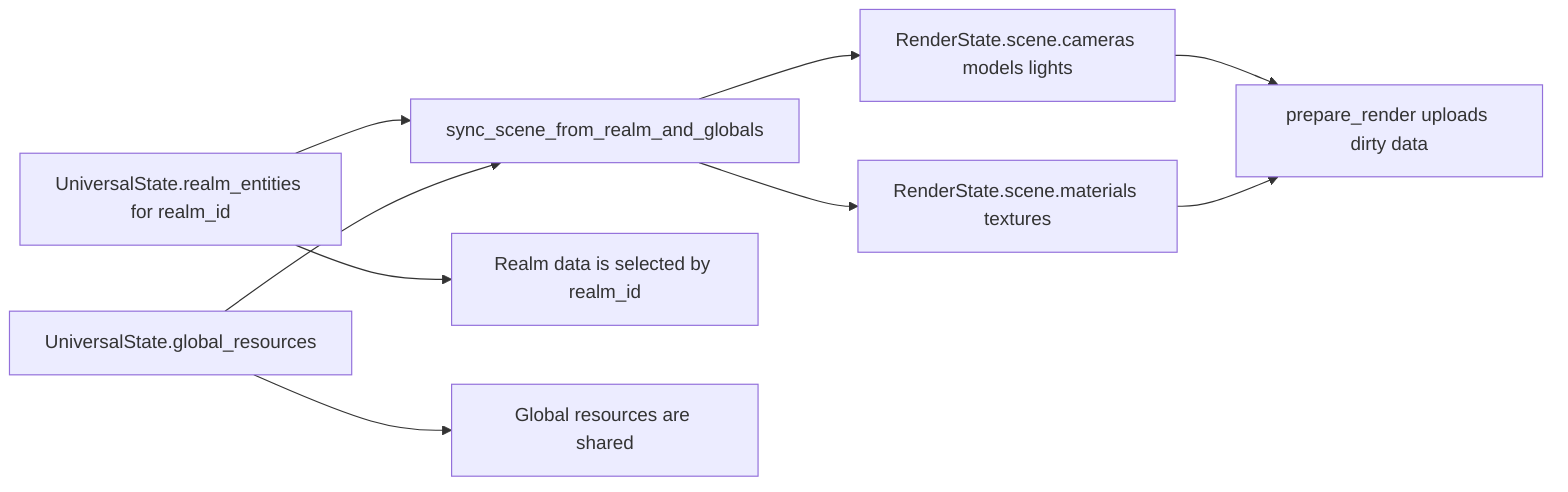
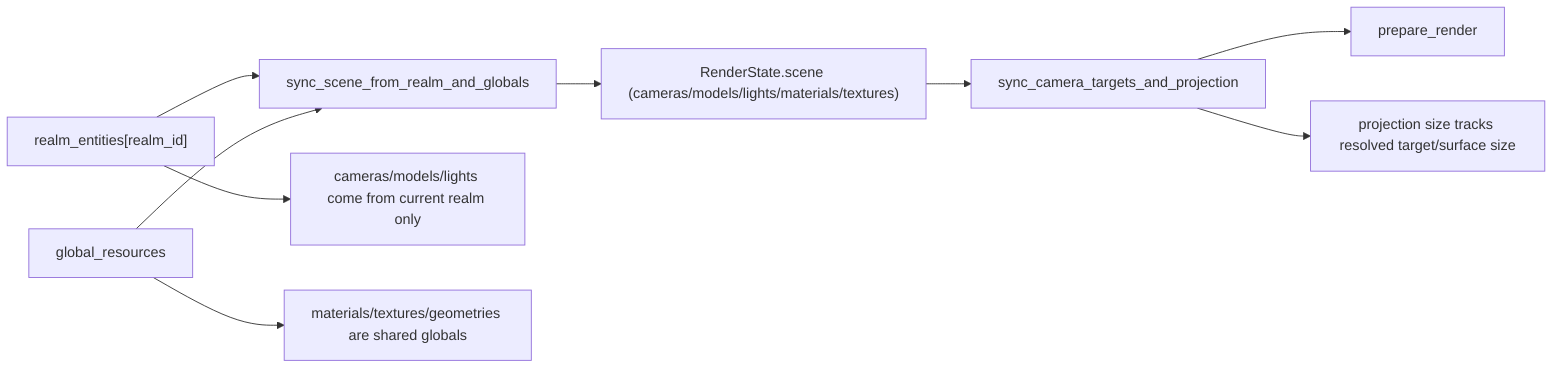
flowchart LR
-   A["UniversalState.realm_entities for realm_id"]
-   B["UniversalState.global_resources"]
-   C["sync_scene_from_realm_and_globals"]
-   D["RenderState.scene.cameras models lights"]
-   E["RenderState.scene.materials textures"]
-   F["prepare_render uploads dirty data"]
+   RE["realm_entities[realm_id]"]
+   GR["global_resources"]
+   SYNC["sync_scene_from_realm_and_globals"]
+   SCN["RenderState.scene (cameras/models/lights/materials/textures)"]
+   CAM["sync_camera_targets_and_projection"]
+   PREP["prepare_render"]

-   A --> C
-   B --> C
-   C --> D
-   C --> E
-   D --> F
-   E --> F
+   RE --> SYNC
+   GR --> SYNC
+   SYNC --> SCN
+   SCN --> CAM
+   CAM --> PREP

-   N1["Realm data is selected by realm_id"]
-   N2["Global resources are shared"]
+   C1["cameras/models/lights come from current realm only"]
+   C2["materials/textures/geometries are shared globals"]
+   C3["projection size tracks resolved target/surface size"]

-   A --> N1
-   B --> N2
+   RE --> C1
+   GR --> C2
+   CAM --> C3
